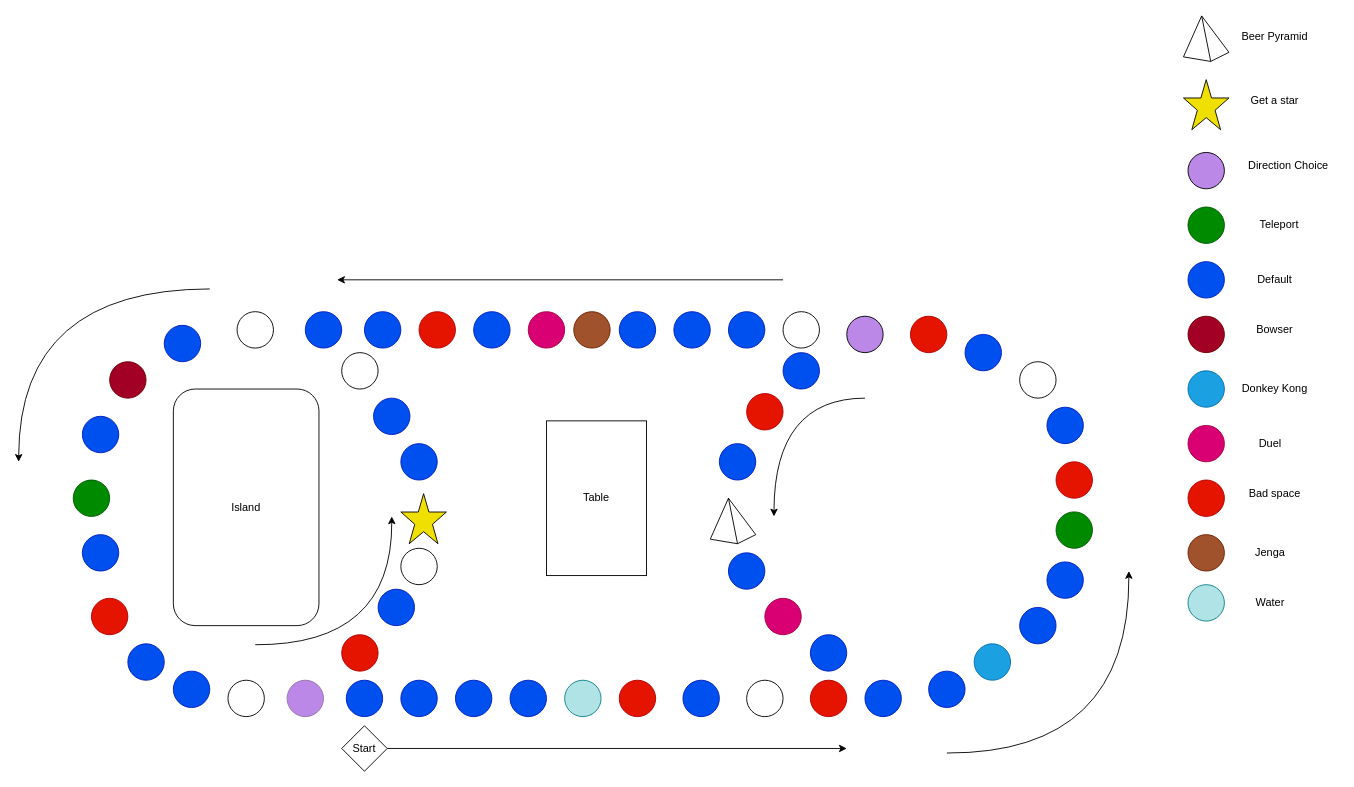
Before: board_diagram.drawio in JonCrowther/Mario-Party-Party, a draw.io diagram. Source tidied: cells renumbered, new cells numbered last; positions are measured from the earlier drawing's top-left corner, leaving out a move shared by most shapes. Both pictures are drawn from the tidied source at 91%, with x=0, y=0 at pixel (18, 15).
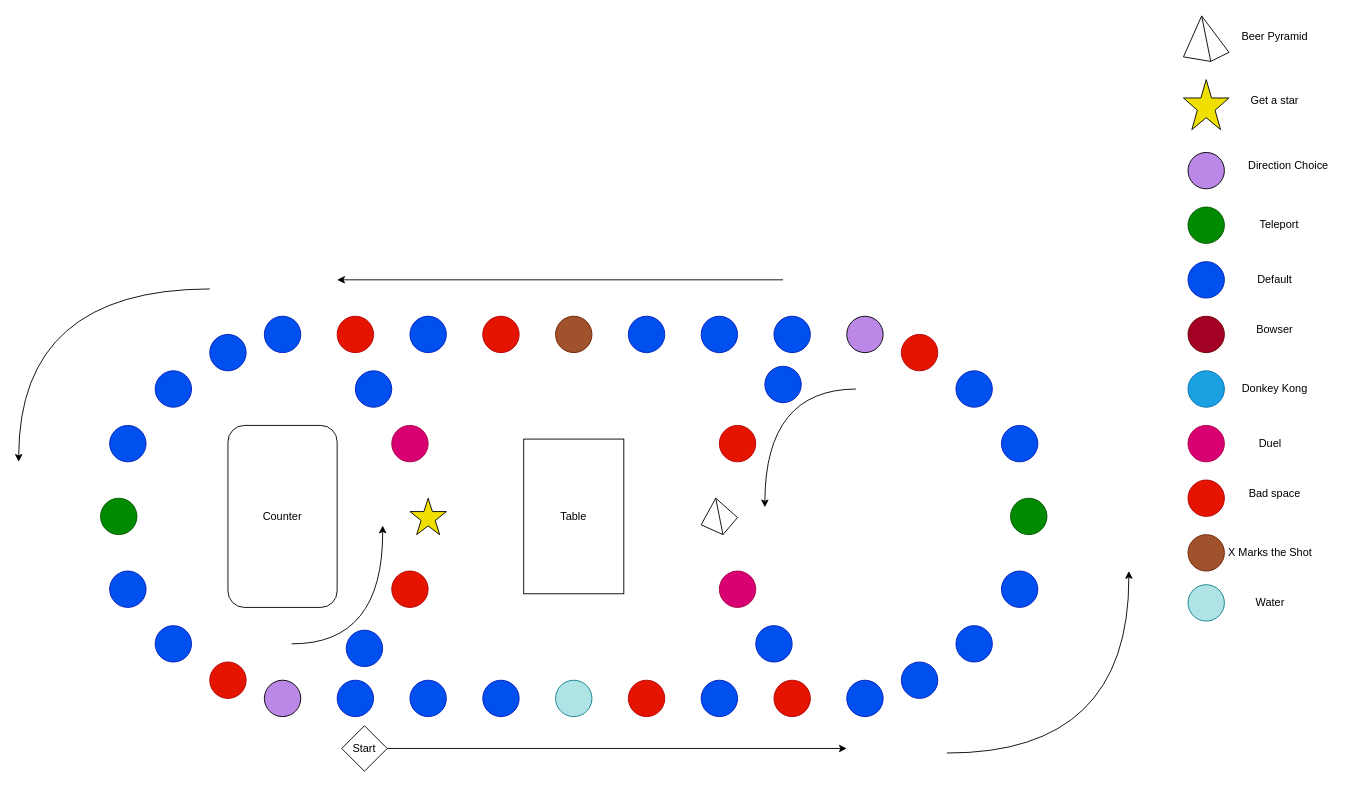
Above is the later version.

Commit message:
Improve board design

The edit, as a diff of the source:
```diff
@@
-    <mxCell id="2" style="ellipse;whiteSpace=wrap;html=1;fillColor=#0050ef;fontColor=#ffffff;strokeColor=#001DBC;" parent="1" vertex="1">
-      <mxGeometry x="170" y="720" width="40" height="40" as="geometry" />
-    </mxCell>
-    <mxCell id="3" value="Island" style="rounded=1;whiteSpace=wrap;html=1;" parent="1" vertex="1">
-      <mxGeometry x="170" y="410" width="160" height="260" as="geometry" />
-    </mxCell>
     <mxCell id="4" value="&lt;div&gt;Table&lt;/div&gt;" style="rounded=0;whiteSpace=wrap;html=1;" parent="1" vertex="1">
-      <mxGeometry x="580" y="445" width="110" height="170" as="geometry" />
+      <mxGeometry x="555" y="465" width="110" height="170" as="geometry" />
     </mxCell>
-    <mxCell id="5" style="ellipse;whiteSpace=wrap;html=1;fillColor=#0050ef;fontColor=#ffffff;strokeColor=#001DBC;" parent="1" vertex="1">
-      <mxGeometry x="120" y="690" width="40" height="40" as="geometry" />
-    </mxCell>
-    <mxCell id="6" style="ellipse;whiteSpace=wrap;html=1;fillColor=#e51400;fontColor=#ffffff;strokeColor=#B20000;" parent="1" vertex="1">
-      <mxGeometry x="80" y="640" width="40" height="40" as="geometry" />
-    </mxCell>
-    <mxCell id="7" style="ellipse;whiteSpace=wrap;html=1;fillColor=#0050ef;fontColor=#ffffff;strokeColor=#001DBC;" parent="1" vertex="1">
-      <mxGeometry x="70" y="570" width="40" height="40" as="geometry" />
-    </mxCell>
-    <mxCell id="8" style="ellipse;whiteSpace=wrap;html=1;fillColor=#008a00;fontColor=#ffffff;strokeColor=#005700;" parent="1" vertex="1">
-      <mxGeometry x="60" y="510" width="40" height="40" as="geometry" />
-    </mxCell>
-    <mxCell id="9" style="ellipse;whiteSpace=wrap;html=1;fillColor=#0050ef;fontColor=#ffffff;strokeColor=#001DBC;" parent="1" vertex="1">
-      <mxGeometry x="70" y="440" width="40" height="40" as="geometry" />
-    </mxCell>
-    <mxCell id="10" style="ellipse;whiteSpace=wrap;html=1;fillColor=#a20025;fontColor=#ffffff;strokeColor=#6F0000;" parent="1" vertex="1">
-      <mxGeometry x="100" y="380" width="40" height="40" as="geometry" />
-    </mxCell>
-    <mxCell id="11" style="ellipse;whiteSpace=wrap;html=1;fillColor=#0050ef;fontColor=#ffffff;strokeColor=#001DBC;" parent="1" vertex="1">
-      <mxGeometry x="160" y="340" width="40" height="40" as="geometry" />
-    </mxCell>
-    <mxCell id="12" style="ellipse;whiteSpace=wrap;html=1;" parent="1" vertex="1">
-      <mxGeometry x="240" y="325" width="40" height="40" as="geometry" />
-    </mxCell>
-    <mxCell id="13" style="ellipse;whiteSpace=wrap;html=1;fillColor=#0050ef;fontColor=#ffffff;strokeColor=#001DBC;" parent="1" vertex="1">
-      <mxGeometry x="315" y="325" width="40" height="40" as="geometry" />
-    </mxCell>
-    <mxCell id="14" style="ellipse;whiteSpace=wrap;html=1;fillColor=#0050ef;fontColor=#ffffff;strokeColor=#001DBC;" parent="1" vertex="1">
-      <mxGeometry x="390" y="420" width="40" height="40" as="geometry" />
-    </mxCell>
-    <mxCell id="15" style="ellipse;whiteSpace=wrap;html=1;fillColor=#0050ef;fontColor=#ffffff;strokeColor=#001DBC;" parent="1" vertex="1">
-      <mxGeometry x="380" y="325" width="40" height="40" as="geometry" />
-    </mxCell>
-    <mxCell id="16" style="ellipse;whiteSpace=wrap;html=1;fillColor=#0050ef;fontColor=#ffffff;strokeColor=#001DBC;" parent="1" vertex="1">
-      <mxGeometry x="420" y="470" width="40" height="40" as="geometry" />
-    </mxCell>
-    <mxCell id="17" style="ellipse;whiteSpace=wrap;html=1;" parent="1" vertex="1">
-      <mxGeometry x="420" y="585" width="40" height="40" as="geometry" />
-    </mxCell>
-    <mxCell id="18" style="ellipse;whiteSpace=wrap;html=1;fillColor=#0050ef;fontColor=#ffffff;strokeColor=#001DBC;" parent="1" vertex="1">
-      <mxGeometry x="395" y="630" width="40" height="40" as="geometry" />
-    </mxCell>
-    <mxCell id="19" style="ellipse;whiteSpace=wrap;html=1;fillColor=#e51400;fontColor=#ffffff;strokeColor=#B20000;" parent="1" vertex="1">
-      <mxGeometry x="355" y="680" width="40" height="40" as="geometry" />
-    </mxCell>
-    <mxCell id="20" style="ellipse;whiteSpace=wrap;html=1;fillColor=#BB88E7;strokeColor=#9673a6;" parent="1" vertex="1">
-      <mxGeometry x="295" y="730" width="40" height="40" as="geometry" />
-    </mxCell>
-    <mxCell id="21" style="ellipse;whiteSpace=wrap;html=1;" parent="1" vertex="1">
-      <mxGeometry x="230" y="730" width="40" height="40" as="geometry" />
-    </mxCell>
-    <mxCell id="22" style="ellipse;whiteSpace=wrap;html=1;fillColor=#0050ef;fontColor=#ffffff;strokeColor=#001DBC;" parent="1" vertex="1">
-      <mxGeometry x="360" y="730" width="40" height="40" as="geometry" />
-    </mxCell>
-    <mxCell id="23" style="ellipse;whiteSpace=wrap;html=1;fillColor=#0050ef;fontColor=#ffffff;strokeColor=#001DBC;" parent="1" vertex="1">
-      <mxGeometry x="420" y="730" width="40" height="40" as="geometry" />
-    </mxCell>
-    <mxCell id="24" style="ellipse;whiteSpace=wrap;html=1;fillColor=#0050ef;fontColor=#ffffff;strokeColor=#001DBC;" parent="1" vertex="1">
-      <mxGeometry x="480" y="730" width="40" height="40" as="geometry" />
-    </mxCell>
-    <mxCell id="25" style="ellipse;whiteSpace=wrap;html=1;fillColor=#0050ef;fontColor=#ffffff;strokeColor=#001DBC;" parent="1" vertex="1">
-      <mxGeometry x="540" y="730" width="40" height="40" as="geometry" />
-    </mxCell>
     <mxCell id="26" style="ellipse;whiteSpace=wrap;html=1;fillColor=#b0e3e6;strokeColor=#0e8088;" parent="1" vertex="1">
-      <mxGeometry x="600" y="730" width="40" height="40" as="geometry" />
+      <mxGeometry x="590" y="730" width="40" height="40" as="geometry" />
     </mxCell>
     <mxCell id="27" style="ellipse;whiteSpace=wrap;html=1;fillColor=#e51400;fontColor=#ffffff;strokeColor=#B20000;" parent="1" vertex="1">
-      <mxGeometry x="660" y="730" width="40" height="40" as="geometry" />
+      <mxGeometry x="670" y="730" width="40" height="40" as="geometry" />
     </mxCell>
     <mxCell id="28" style="ellipse;whiteSpace=wrap;html=1;fillColor=#0050ef;fontColor=#ffffff;strokeColor=#001DBC;" parent="1" vertex="1">
-      <mxGeometry x="730" y="730" width="40" height="40" as="geometry" />
+      <mxGeometry x="750" y="730" width="40" height="40" as="geometry" />
     </mxCell>
-    <mxCell id="29" style="ellipse;whiteSpace=wrap;html=1;" parent="1" vertex="1">
-      <mxGeometry x="800" y="730" width="40" height="40" as="geometry" />
-    </mxCell>
     <mxCell id="30" style="ellipse;whiteSpace=wrap;html=1;fillColor=#e51400;fontColor=#ffffff;strokeColor=#B20000;" parent="1" vertex="1">
-      <mxGeometry x="870" y="730" width="40" height="40" as="geometry" />
+      <mxGeometry x="830" y="730" width="40" height="40" as="geometry" />
     </mxCell>
     <mxCell id="31" style="ellipse;whiteSpace=wrap;html=1;fillColor=#0050ef;fontColor=#ffffff;strokeColor=#001DBC;" parent="1" vertex="1">
-      <mxGeometry x="930" y="730" width="40" height="40" as="geometry" />
+      <mxGeometry x="910" y="730" width="40" height="40" as="geometry" />
     </mxCell>
     <mxCell id="32" style="ellipse;whiteSpace=wrap;html=1;fillColor=#0050ef;fontColor=#ffffff;strokeColor=#001DBC;" parent="1" vertex="1">
-      <mxGeometry x="1000" y="720" width="40" height="40" as="geometry" />
+      <mxGeometry x="970" y="710" width="40" height="40" as="geometry" />
     </mxCell>
-    <mxCell id="33" style="ellipse;whiteSpace=wrap;html=1;fillColor=#1ba1e2;fontColor=#ffffff;strokeColor=#006EAF;" parent="1" vertex="1">
-      <mxGeometry x="1050" y="690" width="40" height="40" as="geometry" />
-    </mxCell>
     <mxCell id="34" style="ellipse;whiteSpace=wrap;html=1;fillColor=#0050ef;fontColor=#ffffff;strokeColor=#001DBC;" parent="1" vertex="1">
-      <mxGeometry x="870" y="680" width="40" height="40" as="geometry" />
+      <mxGeometry x="810" y="670" width="40" height="40" as="geometry" />
     </mxCell>
     <mxCell id="35" style="ellipse;whiteSpace=wrap;html=1;fillColor=#d80073;fontColor=#ffffff;strokeColor=#A50040;" parent="1" vertex="1">
-      <mxGeometry x="820" y="640" width="40" height="40" as="geometry" />
+      <mxGeometry x="770" y="610" width="40" height="40" as="geometry" />
     </mxCell>
-    <mxCell id="36" style="ellipse;whiteSpace=wrap;html=1;fillColor=#0050ef;fontColor=#ffffff;strokeColor=#001DBC;" parent="1" vertex="1">
-      <mxGeometry x="780" y="590" width="40" height="40" as="geometry" />
-    </mxCell>
-    <mxCell id="37" style="ellipse;whiteSpace=wrap;html=1;fillColor=#0050ef;fontColor=#ffffff;strokeColor=#001DBC;" parent="1" vertex="1">
-      <mxGeometry x="770" y="470" width="40" height="40" as="geometry" />
-    </mxCell>
-    <mxCell id="38" style="ellipse;whiteSpace=wrap;html=1;fillColor=#e51400;fontColor=#ffffff;strokeColor=#B20000;" parent="1" vertex="1">
-      <mxGeometry x="800" y="415" width="40" height="40" as="geometry" />
-    </mxCell>
     <mxCell id="39" style="ellipse;whiteSpace=wrap;html=1;fillColor=#0050ef;fontColor=#ffffff;strokeColor=#001DBC;" parent="1" vertex="1">
-      <mxGeometry x="840" y="370" width="40" height="40" as="geometry" />
+      <mxGeometry x="820" y="385" width="40" height="40" as="geometry" />
     </mxCell>
     <mxCell id="40" style="ellipse;whiteSpace=wrap;html=1;fillColor=#0050ef;fontColor=#ffffff;strokeColor=#001DBC;" parent="1" vertex="1">
-      <mxGeometry x="1100" y="650" width="40" height="40" as="geometry" />
+      <mxGeometry x="1030" y="670" width="40" height="40" as="geometry" />
     </mxCell>
     <mxCell id="41" style="ellipse;whiteSpace=wrap;html=1;fillColor=#0050ef;fontColor=#ffffff;strokeColor=#001DBC;" parent="1" vertex="1">
-      <mxGeometry x="1130" y="600" width="40" height="40" as="geometry" />
+      <mxGeometry x="1080" y="610" width="40" height="40" as="geometry" />
     </mxCell>
     <mxCell id="42" style="ellipse;whiteSpace=wrap;html=1;fillColor=#008a00;fontColor=#ffffff;strokeColor=#005700;" parent="1" vertex="1">
-      <mxGeometry x="1140" y="545" width="40" height="40" as="geometry" />
+      <mxGeometry x="1090" y="530" width="40" height="40" as="geometry" />
     </mxCell>
-    <mxCell id="43" style="ellipse;whiteSpace=wrap;html=1;" parent="1" vertex="1">
-      <mxGeometry x="1100" y="380" width="40" height="40" as="geometry" />
-    </mxCell>
     <mxCell id="44" style="ellipse;whiteSpace=wrap;html=1;fillColor=#0050ef;fontColor=#ffffff;strokeColor=#001DBC;" parent="1" vertex="1">
-      <mxGeometry x="1040" y="350" width="40" height="40" as="geometry" />
+      <mxGeometry x="1030" y="390" width="40" height="40" as="geometry" />
     </mxCell>
-    <mxCell id="45" style="ellipse;whiteSpace=wrap;html=1;fillColor=#e51400;fontColor=#ffffff;strokeColor=#B20000;" parent="1" vertex="1">
-      <mxGeometry x="980" y="330" width="40" height="40" as="geometry" />
-    </mxCell>
@@
-    <mxCell id="47" style="ellipse;whiteSpace=wrap;html=1;" parent="1" vertex="1">
-      <mxGeometry x="840" y="325" width="40" height="40" as="geometry" />
-    </mxCell>
-    <mxCell id="48" style="ellipse;whiteSpace=wrap;html=1;fillColor=#0050ef;fontColor=#ffffff;strokeColor=#001DBC;" parent="1" vertex="1">
-      <mxGeometry x="780" y="325" width="40" height="40" as="geometry" />
-    </mxCell>
     <mxCell id="49" style="ellipse;whiteSpace=wrap;html=1;fillColor=#0050ef;fontColor=#ffffff;strokeColor=#001DBC;" parent="1" vertex="1">
-      <mxGeometry x="720" y="325" width="40" height="40" as="geometry" />
+      <mxGeometry x="750" y="330" width="40" height="40" as="geometry" />
     </mxCell>
     <mxCell id="50" style="ellipse;whiteSpace=wrap;html=1;fillColor=#0050ef;fontColor=#ffffff;strokeColor=#001DBC;" parent="1" vertex="1">
-      <mxGeometry x="660" y="325" width="40" height="40" as="geometry" />
+      <mxGeometry x="670" y="330" width="40" height="40" as="geometry" />
     </mxCell>
-    <mxCell id="51" style="ellipse;whiteSpace=wrap;html=1;fillColor=#d80073;fontColor=#ffffff;strokeColor=#A50040;" parent="1" vertex="1">
-      <mxGeometry x="560" y="325" width="40" height="40" as="geometry" />
-    </mxCell>
-    <mxCell id="52" style="ellipse;whiteSpace=wrap;html=1;fillColor=#0050ef;fontColor=#ffffff;strokeColor=#001DBC;" parent="1" vertex="1">
-      <mxGeometry x="500" y="325" width="40" height="40" as="geometry" />
-    </mxCell>
-    <mxCell id="53" style="ellipse;whiteSpace=wrap;html=1;fillColor=#e51400;fontColor=#ffffff;strokeColor=#B20000;" parent="1" vertex="1">
-      <mxGeometry x="440" y="325" width="40" height="40" as="geometry" />
-    </mxCell>
@@
-    <mxCell id="57" style="endArrow=classic;html=1;rounded=0;edgeStyle=orthogonalEdgeStyle;curved=1;" parent="1" edge="1">
-      <mxGeometry relative="1" as="geometry">
-        <mxPoint x="930" y="420" as="sourcePoint" />
-        <mxPoint x="830" y="550" as="targetPoint" />
-      </mxGeometry>
-    </mxCell>
@@
-    <mxCell id="60" style="endArrow=classic;html=1;rounded=0;edgeStyle=orthogonalEdgeStyle;curved=1;" parent="1" edge="1">
-      <mxGeometry relative="1" as="geometry">
-        <mxPoint x="260" y="691" as="sourcePoint" />
-        <mxPoint x="410" y="550" as="targetPoint" />
-      </mxGeometry>
-    </mxCell>
-    <mxCell id="61" style="verticalLabelPosition=bottom;verticalAlign=top;html=1;shape=mxgraph.basic.star;fillColor=#F0E002;" parent="1" vertex="1">
-      <mxGeometry x="420" y="525" width="50" height="55" as="geometry" />
-    </mxCell>
-    <mxCell id="62" style="verticalLabelPosition=bottom;verticalAlign=top;html=1;shape=mxgraph.basic.pyramid;dx1=0.4;dx2=0.6;dy1=0.9;dy2=0.8;" parent="1" vertex="1">
-      <mxGeometry x="760" y="530" width="50" height="50" as="geometry" />
+    <mxCell id="62" style="verticalLabelPosition=bottom;verticalAlign=top;html=1;shape=mxgraph.basic.pyramid;dx1=0.4;dx2=0.6;dy1=0.73;dy2=0.53;" parent="1" vertex="1">
+      <mxGeometry x="750" y="530" width="40" height="40" as="geometry" />
     </mxCell>
@@
-    <mxCell id="69" style="ellipse;whiteSpace=wrap;html=1;" parent="1" vertex="1">
-      <mxGeometry x="355" y="370" width="40" height="40" as="geometry" />
-    </mxCell>
     <mxCell id="70" style="ellipse;whiteSpace=wrap;html=1;fillColor=#a0522d;fontColor=#ffffff;strokeColor=#6D1F00;" parent="1" vertex="1">
-      <mxGeometry x="610" y="325" width="40" height="40" as="geometry" />
+      <mxGeometry x="590" y="330" width="40" height="40" as="geometry" />
     </mxCell>
-    <mxCell id="71" style="ellipse;whiteSpace=wrap;html=1;fillColor=#e51400;fontColor=#ffffff;strokeColor=#B20000;" parent="1" vertex="1">
-      <mxGeometry x="1140" y="490" width="40" height="40" as="geometry" />
-    </mxCell>
-    <mxCell id="72" style="ellipse;whiteSpace=wrap;html=1;fillColor=#0050ef;fontColor=#ffffff;strokeColor=#001DBC;" parent="1" vertex="1">
-      <mxGeometry x="1130" y="430" width="40" height="40" as="geometry" />
-    </mxCell>
@@
-    <mxCell id="86" value="Jenga" style="text;html=1;align=center;verticalAlign=middle;strokeColor=none;fillColor=none;" parent="1" vertex="1">
-      <mxGeometry x="1345" y="575" width="60" height="30" as="geometry" />
+    <mxCell id="86" value="X Marks the Shot" style="text;html=1;align=center;verticalAlign=middle;strokeColor=none;fillColor=none;" parent="1" vertex="1">
+      <mxGeometry x="1315" y="575" width="120" height="30" as="geometry" />
     </mxCell>
@@
+    <mxCell id="89" style="ellipse;whiteSpace=wrap;html=1;fillColor=#e51400;fontColor=#ffffff;strokeColor=#B20000;" parent="1" vertex="1">
+      <mxGeometry x="970" y="350" width="40" height="40" as="geometry" />
+    </mxCell>
+    <mxCell id="38" style="ellipse;whiteSpace=wrap;html=1;fillColor=#e51400;fontColor=#ffffff;strokeColor=#B20000;" parent="1" vertex="1">
+      <mxGeometry x="770" y="450" width="40" height="40" as="geometry" />
+    </mxCell>
+    <mxCell id="90" style="endArrow=classic;html=1;rounded=0;edgeStyle=orthogonalEdgeStyle;curved=1;" parent="1" edge="1">
+      <mxGeometry relative="1" as="geometry">
+        <mxPoint x="920" y="410" as="sourcePoint" />
+        <mxPoint x="820" y="540" as="targetPoint" />
+      </mxGeometry>
+    </mxCell>
+    <mxCell id="91" style="group;flipH=1;flipV=1;" parent="1" vertex="1">
+      <mxGeometry x="90" y="330" width="460" height="440" as="geometry" />
+    </mxCell>
+    <mxCell id="92" style="ellipse;whiteSpace=wrap;html=1;fillColor=#e51400;fontColor=#ffffff;strokeColor=#B20000;" parent="91" vertex="1">
+      <mxGeometry x="420" width="40" height="40" as="geometry" />
+    </mxCell>
+    <mxCell id="93" style="ellipse;whiteSpace=wrap;html=1;fillColor=#0050ef;fontColor=#ffffff;strokeColor=#001DBC;" parent="91" vertex="1">
+      <mxGeometry x="340" width="40" height="40" as="geometry" />
+    </mxCell>
+    <mxCell id="94" style="ellipse;whiteSpace=wrap;html=1;fillColor=#e51400;fontColor=#ffffff;strokeColor=#B20000;" parent="91" vertex="1">
+      <mxGeometry x="260" width="40" height="40" as="geometry" />
+    </mxCell>
+    <mxCell id="95" style="ellipse;whiteSpace=wrap;html=1;fillColor=#0050ef;fontColor=#ffffff;strokeColor=#001DBC;" parent="91" vertex="1">
+      <mxGeometry x="180" width="40" height="40" as="geometry" />
+    </mxCell>
+    <mxCell id="96" style="ellipse;whiteSpace=wrap;html=1;fillColor=#0050ef;fontColor=#ffffff;strokeColor=#001DBC;" parent="91" vertex="1">
+      <mxGeometry x="120" y="20" width="40" height="40" as="geometry" />
+    </mxCell>
+    <mxCell id="97" style="ellipse;whiteSpace=wrap;html=1;fillColor=#0050ef;fontColor=#ffffff;strokeColor=#001DBC;" parent="91" vertex="1">
+      <mxGeometry x="280" y="60" width="40" height="40" as="geometry" />
+    </mxCell>
+    <mxCell id="98" style="ellipse;whiteSpace=wrap;html=1;fillColor=#d80073;fontColor=#ffffff;strokeColor=#A50040;" parent="91" vertex="1">
+      <mxGeometry x="320" y="120" width="40" height="40" as="geometry" />
+    </mxCell>
+    <mxCell id="99" style="ellipse;whiteSpace=wrap;html=1;fillColor=#0050ef;fontColor=#ffffff;strokeColor=#001DBC;" parent="91" vertex="1">
+      <mxGeometry x="270" y="345" width="40" height="40" as="geometry" />
+    </mxCell>
+    <mxCell id="100" style="ellipse;whiteSpace=wrap;html=1;fillColor=#0050ef;fontColor=#ffffff;strokeColor=#001DBC;" parent="91" vertex="1">
+      <mxGeometry x="60" y="60" width="40" height="40" as="geometry" />
+    </mxCell>
+    <mxCell id="101" style="ellipse;whiteSpace=wrap;html=1;fillColor=#0050ef;fontColor=#ffffff;strokeColor=#001DBC;" parent="91" vertex="1">
+      <mxGeometry x="10" y="120" width="40" height="40" as="geometry" />
+    </mxCell>
+    <mxCell id="102" style="ellipse;whiteSpace=wrap;html=1;fillColor=#008a00;fontColor=#ffffff;strokeColor=#005700;" parent="91" vertex="1">
+      <mxGeometry y="200" width="40" height="40" as="geometry" />
+    </mxCell>
+    <mxCell id="103" style="ellipse;whiteSpace=wrap;html=1;fillColor=#0050ef;fontColor=#ffffff;strokeColor=#001DBC;" parent="91" vertex="1">
+      <mxGeometry x="60" y="340" width="40" height="40" as="geometry" />
+    </mxCell>
+    <mxCell id="104" style="ellipse;whiteSpace=wrap;html=1;fillColor=#BB88E7;" parent="91" vertex="1">
+      <mxGeometry x="180" y="400" width="40" height="40" as="geometry" />
+    </mxCell>
+    <mxCell id="105" style="ellipse;whiteSpace=wrap;html=1;fillColor=#0050ef;fontColor=#ffffff;strokeColor=#001DBC;" parent="91" vertex="1">
+      <mxGeometry x="340" y="400" width="40" height="40" as="geometry" />
+    </mxCell>
+    <mxCell id="106" style="ellipse;whiteSpace=wrap;html=1;fillColor=#0050ef;fontColor=#ffffff;strokeColor=#001DBC;" parent="91" vertex="1">
+      <mxGeometry x="420" y="400" width="40" height="40" as="geometry" />
+    </mxCell>
+    <mxCell id="107" style="ellipse;whiteSpace=wrap;html=1;fillColor=#e51400;fontColor=#ffffff;strokeColor=#B20000;" parent="91" vertex="1">
+      <mxGeometry x="120" y="380" width="40" height="40" as="geometry" />
+    </mxCell>
+    <mxCell id="108" style="ellipse;whiteSpace=wrap;html=1;fillColor=#e51400;fontColor=#ffffff;strokeColor=#B20000;" parent="91" vertex="1">
+      <mxGeometry x="320" y="280" width="40" height="40" as="geometry" />
+    </mxCell>
+    <mxCell id="109" style="endArrow=classic;html=1;rounded=0;edgeStyle=orthogonalEdgeStyle;curved=1;" parent="91" edge="1">
+      <mxGeometry relative="1" as="geometry">
+        <mxPoint x="210" y="360" as="sourcePoint" />
+        <mxPoint x="310" y="230" as="targetPoint" />
+      </mxGeometry>
+    </mxCell>
+    <mxCell id="110" value="Counter" style="rounded=1;whiteSpace=wrap;html=1;" parent="91" vertex="1">
+      <mxGeometry x="140" y="120" width="120" height="200" as="geometry" />
+    </mxCell>
+    <mxCell id="111" style="verticalLabelPosition=bottom;verticalAlign=top;html=1;shape=mxgraph.basic.star;fillColor=#F0E002;" parent="91" vertex="1">
+      <mxGeometry x="340" y="200" width="40" height="40" as="geometry" />
+    </mxCell>
+    <mxCell id="112" style="ellipse;whiteSpace=wrap;html=1;fillColor=#0050ef;fontColor=#ffffff;strokeColor=#001DBC;" parent="91" vertex="1">
+      <mxGeometry x="10" y="280" width="40" height="40" as="geometry" />
+    </mxCell>
+    <mxCell id="113" style="ellipse;whiteSpace=wrap;html=1;fillColor=#0050ef;fontColor=#ffffff;strokeColor=#001DBC;" parent="91" vertex="1">
+      <mxGeometry x="260" y="400" width="40" height="40" as="geometry" />
+    </mxCell>
+    <mxCell id="114" style="ellipse;whiteSpace=wrap;html=1;fillColor=#0050ef;fontColor=#ffffff;strokeColor=#001DBC;" parent="1" vertex="1">
+      <mxGeometry x="830" y="330" width="40" height="40" as="geometry" />
+    </mxCell>
+    <mxCell id="115" style="ellipse;whiteSpace=wrap;html=1;fillColor=#0050ef;fontColor=#ffffff;strokeColor=#001DBC;" parent="1" vertex="1">
+      <mxGeometry x="1080" y="450" width="40" height="40" as="geometry" />
+    </mxCell>
```
